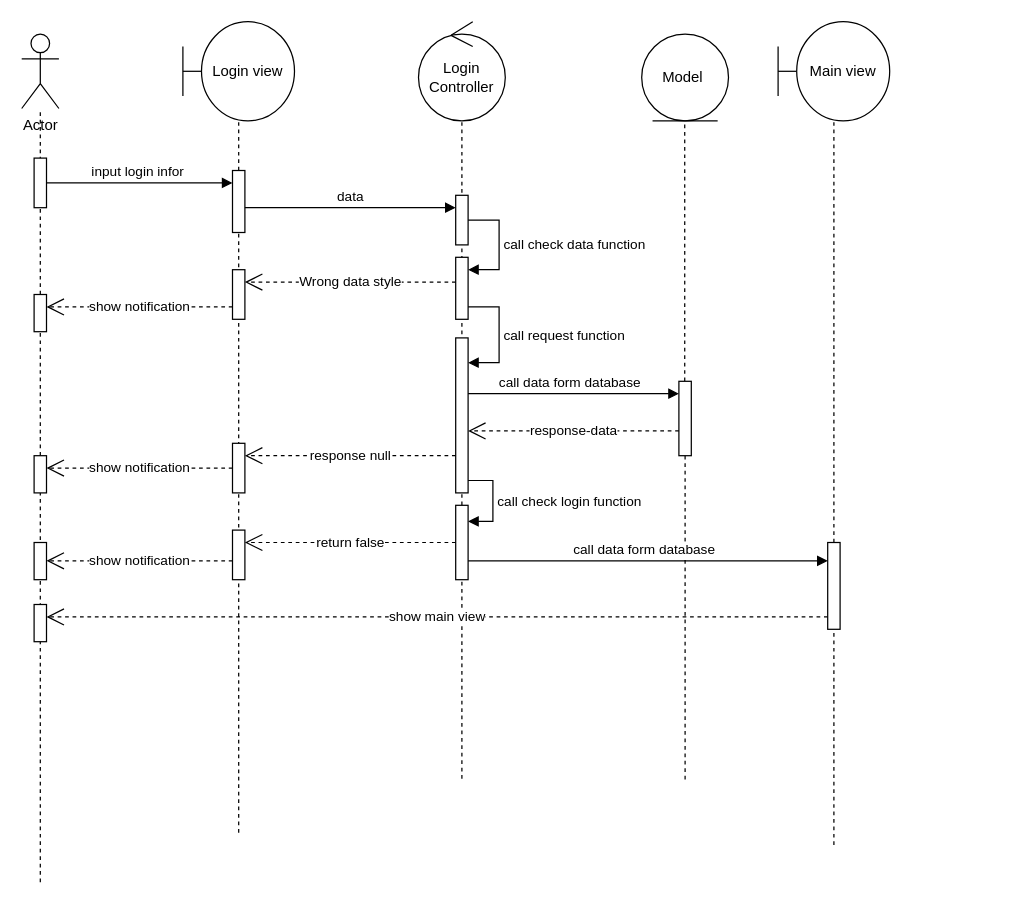
The draw.io diagram page "Login" (4 of 13) of diagram.drawio in ZanhhTrann/finall_project-, before the edit. Source tidied: cells renumbered, new cells numbered last; positions are measured from the earlier drawing's top-left corner, leaving out a move shared by most shapes. Both pictures are drawn from the tidied source at 124%, with x=0, y=0 at pixel (21, 21).
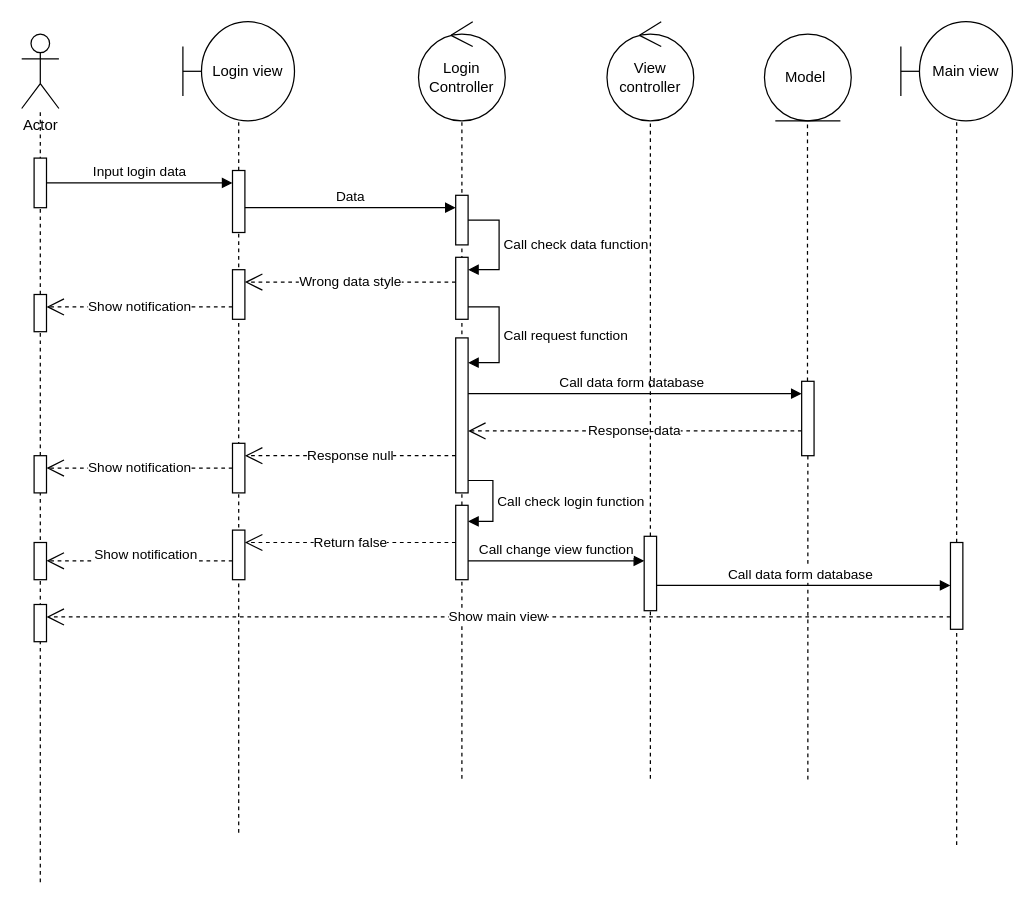
The same diagram, later.

The change refers to these unchanged cells:
```xml
<mxCell id="13" style="html=1;points=[[0,0,0,0,5],[0,1,0,0,-5],[1,0,0,0,5],[1,1,0,0,-5]];perimeter=orthogonalPerimeter;outlineConnect=0;targetShapes=umlLifeline;portConstraint=eastwest;newEdgeStyle={&quot;curved&quot;:0,&quot;rounded&quot;:0};" parent="1" vertex="1">
  <mxGeometry x="350" y="140" width="10" height="40" as="geometry" />
</mxCell>
<mxCell id="15" style="html=1;points=[[0,0,0,0,5],[0,1,0,0,-5],[1,0,0,0,5],[1,1,0,0,-5]];perimeter=orthogonalPerimeter;outlineConnect=0;targetShapes=umlLifeline;portConstraint=eastwest;newEdgeStyle={&quot;curved&quot;:0,&quot;rounded&quot;:0};" parent="1" vertex="1">
  <mxGeometry x="350" y="190" width="10" height="50" as="geometry" />
</mxCell>
<mxCell id="28" style="html=1;points=[[0,0,0,0,5],[0,1,0,0,-5],[1,0,0,0,5],[1,1,0,0,-5]];perimeter=orthogonalPerimeter;outlineConnect=0;targetShapes=umlLifeline;portConstraint=eastwest;newEdgeStyle={&quot;curved&quot;:0,&quot;rounded&quot;:0};" parent="1" vertex="1">
  <mxGeometry x="170" y="340" width="10" height="40" as="geometry" />
</mxCell>
<mxCell id="35" style="html=1;points=[[0,0,0,0,5],[0,1,0,0,-5],[1,0,0,0,5],[1,1,0,0,-5]];perimeter=orthogonalPerimeter;outlineConnect=0;targetShapes=umlLifeline;portConstraint=eastwest;newEdgeStyle={&quot;curved&quot;:0,&quot;rounded&quot;:0};" parent="1" vertex="1">
  <mxGeometry x="10" y="350" width="10" height="30" as="geometry" />
</mxCell>
```

The edit, as a diff of the source:
```diff
@@
     <mxCell id="4" value="Model&amp;nbsp;" style="ellipse;shape=umlEntity;whiteSpace=wrap;html=1;" parent="1" vertex="1">
-      <mxGeometry x="500" y="10" width="70" height="70" as="geometry" />
+      <mxGeometry x="599" y="10" width="70" height="70" as="geometry" />
     </mxCell>
@@
     <mxCell id="7" style="endArrow=none;dashed=1;html=1;rounded=0;" parent="1" edge="1" source="26">
       <mxGeometry relative="1" as="geometry">
-        <mxPoint x="534.7" y="80" as="targetPoint" />
+        <mxPoint x="633.7" y="80" as="targetPoint" />
       </mxGeometry>
     </mxCell>
@@
-    <mxCell id="12" value="input login infor&amp;nbsp;" style="html=1;verticalAlign=bottom;endArrow=block;curved=0;rounded=0;" parent="1" edge="1">
+    <mxCell id="12" value="Input login data" style="html=1;verticalAlign=bottom;endArrow=block;curved=0;rounded=0;" parent="1" edge="1">
       <mxGeometry relative="1" as="geometry">
         <mxPoint x="20" y="130" as="sourcePoint" />
         <mxPoint x="170" y="130" as="targetPoint" />
       </mxGeometry>
     </mxCell>
@@
-    <mxCell id="14" value="data" style="html=1;verticalAlign=bottom;endArrow=block;curved=0;rounded=0;" parent="1" edge="1">
+    <mxCell id="14" value="Data" style="html=1;verticalAlign=bottom;endArrow=block;curved=0;rounded=0;" parent="1" edge="1">
       <mxGeometry relative="1" as="geometry">
         <mxPoint x="180" y="150" as="sourcePoint" />
         <mxPoint x="350" y="150" as="targetPoint" />
       </mxGeometry>
     </mxCell>
@@
-    <mxCell id="16" value="call check data function&amp;nbsp;" style="html=1;align=left;spacingLeft=2;endArrow=block;rounded=0;edgeStyle=orthogonalEdgeStyle;curved=0;rounded=0;" parent="1" edge="1" source="13" target="15">
+    <mxCell id="16" value="Call check data function&amp;nbsp;" style="html=1;align=left;spacingLeft=2;endArrow=block;rounded=0;edgeStyle=orthogonalEdgeStyle;curved=0;rounded=0;" parent="1" edge="1" source="13" target="15">
       <mxGeometry relative="1" as="geometry">
         <Array as="points">
           <mxPoint x="385" y="160" />
           <mxPoint x="385" y="200" />
         </Array>
       </mxGeometry>
     </mxCell>
@@
-    <mxCell id="21" value="show notification" style="endArrow=open;endSize=12;dashed=1;html=1;rounded=0;" parent="1" edge="1">
+    <mxCell id="21" value="Show notification" style="endArrow=open;endSize=12;dashed=1;html=1;rounded=0;" parent="1" edge="1">
       <mxGeometry relative="1" as="geometry">
         <mxPoint x="170" y="230" as="sourcePoint" />
         <mxPoint x="20" y="230" as="targetPoint" />
       </mxGeometry>
     </mxCell>
@@
-    <mxCell id="23" value="call request function" style="html=1;align=left;spacingLeft=2;endArrow=block;rounded=0;edgeStyle=orthogonalEdgeStyle;curved=0;rounded=0;" parent="1" edge="1">
+    <mxCell id="23" value="Call request function" style="html=1;align=left;spacingLeft=2;endArrow=block;rounded=0;edgeStyle=orthogonalEdgeStyle;curved=0;rounded=0;" parent="1" edge="1">
       <mxGeometry relative="1" as="geometry">
         <mxPoint x="360" y="230" as="sourcePoint" />
         <mxPoint x="360" y="275" as="targetPoint" />
         <Array as="points">
           <mxPoint x="385" y="230" />
           <mxPoint x="385" y="275" />
         </Array>
       </mxGeometry>
     </mxCell>
-    <mxCell id="24" value="&lt;span style=&quot;text-align: left;&quot;&gt;call data form&amp;nbsp;&lt;/span&gt;&lt;span style=&quot;text-align: left;&quot;&gt;database&amp;nbsp;&amp;nbsp;&lt;/span&gt;" style="html=1;verticalAlign=bottom;endArrow=block;curved=0;rounded=0;" parent="1" edge="1">
+    <mxCell id="24" value="&lt;span style=&quot;text-align: left;&quot;&gt;Call data form&amp;nbsp;&lt;/span&gt;&lt;span style=&quot;text-align: left;&quot;&gt;database&amp;nbsp;&amp;nbsp;&lt;/span&gt;" style="html=1;verticalAlign=bottom;endArrow=block;curved=0;rounded=0;" parent="1" edge="1" target="26">
       <mxGeometry relative="1" as="geometry">
         <mxPoint x="360" y="300" as="sourcePoint" />
-        <mxPoint x="530" y="300" as="targetPoint" />
       </mxGeometry>
     </mxCell>
     <mxCell id="25" style="endArrow=none;dashed=1;html=1;rounded=0;" parent="1" edge="1" target="26">
       <mxGeometry relative="1" as="geometry">
-        <mxPoint x="535" y="611.1" as="sourcePoint" />
+        <mxPoint x="634" y="611.1" as="sourcePoint" />
       </mxGeometry>
     </mxCell>
     <mxCell id="26" style="html=1;points=[[0,0,0,0,5],[0,1,0,0,-5],[1,0,0,0,5],[1,1,0,0,-5]];perimeter=orthogonalPerimeter;outlineConnect=0;targetShapes=umlLifeline;portConstraint=eastwest;newEdgeStyle={&quot;curved&quot;:0,&quot;rounded&quot;:0};" parent="1" vertex="1">
-      <mxGeometry x="530" y="290" width="10" height="60" as="geometry" />
+      <mxGeometry x="629" y="290" width="10" height="60" as="geometry" />
     </mxCell>
-    <mxCell id="27" value="response-data" style="endArrow=open;endSize=12;dashed=1;html=1;rounded=0;" parent="1" edge="1">
+    <mxCell id="27" value="Response-data" style="endArrow=open;endSize=12;dashed=1;html=1;rounded=0;" parent="1" edge="1" source="26">
       <mxGeometry relative="1" as="geometry">
-        <mxPoint x="530" y="330" as="sourcePoint" />
         <mxPoint x="360" y="330" as="targetPoint" />
       </mxGeometry>
     </mxCell>
@@
-    <mxCell id="29" value="call check login function" style="html=1;align=left;spacingLeft=2;endArrow=block;rounded=0;edgeStyle=orthogonalEdgeStyle;curved=0;rounded=0;" parent="1" edge="1">
+    <mxCell id="29" value="Call check login function" style="html=1;align=left;spacingLeft=2;endArrow=block;rounded=0;edgeStyle=orthogonalEdgeStyle;curved=0;rounded=0;" parent="1" edge="1">
       <mxGeometry relative="1" as="geometry">
         <mxPoint x="360" y="370" as="sourcePoint" />
         <mxPoint x="360" y="403" as="targetPoint" />
         <Array as="points">
           <mxPoint x="380" y="370" />
           <mxPoint x="380" y="403" />
         </Array>
       </mxGeometry>
     </mxCell>
@@
-    <mxCell id="32" value="response null" style="endArrow=open;endSize=12;dashed=1;html=1;rounded=0;" parent="1" edge="1">
+    <mxCell id="32" value="Response null" style="endArrow=open;endSize=12;dashed=1;html=1;rounded=0;" parent="1" edge="1">
       <mxGeometry relative="1" as="geometry">
         <mxPoint x="350" y="350" as="sourcePoint" />
         <mxPoint x="180" y="350" as="targetPoint" />
       </mxGeometry>
     </mxCell>
-    <mxCell id="33" value="show notification" style="endArrow=open;endSize=12;dashed=1;html=1;rounded=0;" parent="1" edge="1" source="28" target="35">
+    <mxCell id="33" value="Show notification" style="endArrow=open;endSize=12;dashed=1;html=1;rounded=0;" parent="1" edge="1" source="28" target="35">
       <mxGeometry relative="1" as="geometry" />
     </mxCell>
@@
-    <mxCell id="37" value="return false" style="endArrow=open;endSize=12;dashed=1;html=1;rounded=0;" parent="1" edge="1">
+    <mxCell id="37" value="Return false" style="endArrow=open;endSize=12;dashed=1;html=1;rounded=0;" parent="1" edge="1">
       <mxGeometry relative="1" as="geometry">
         <mxPoint x="350" y="420" as="sourcePoint" />
         <mxPoint x="180" y="420" as="targetPoint" />
       </mxGeometry>
     </mxCell>
-    <mxCell id="38" value="show notification" style="endArrow=open;endSize=12;dashed=1;html=1;rounded=0;" parent="1" edge="1">
-      <mxGeometry relative="1" as="geometry">
+    <mxCell id="38" value="Show notification" style="endArrow=open;endSize=12;dashed=1;html=1;rounded=0;" parent="1" edge="1">
+      <mxGeometry x="-0.07" y="-5" relative="1" as="geometry">
         <mxPoint x="170" y="434.8" as="sourcePoint" />
         <mxPoint x="20" y="434.8" as="targetPoint" />
       </mxGeometry>
     </mxCell>
@@
     <mxCell id="40" value="Main view" style="shape=umlBoundary;whiteSpace=wrap;html=1;" parent="1" vertex="1">
-      <mxGeometry x="610" width="90" height="80" as="geometry" />
+      <mxGeometry x="709" width="90" height="80" as="geometry" />
     </mxCell>
@@
-    <mxCell id="42" value="&lt;span style=&quot;text-align: left;&quot;&gt;call data form&amp;nbsp;&lt;/span&gt;&lt;span style=&quot;text-align: left;&quot;&gt;database&amp;nbsp;&amp;nbsp;&lt;/span&gt;" style="html=1;verticalAlign=bottom;endArrow=block;curved=0;rounded=0;" parent="1" edge="1" target="44">
+    <mxCell id="42" value="&lt;div style=&quot;text-align: left;&quot;&gt;Call change view function&lt;/div&gt;" style="html=1;verticalAlign=bottom;endArrow=block;curved=0;rounded=0;" parent="1" edge="1" target="50">
       <mxGeometry relative="1" as="geometry">
         <mxPoint x="360" y="434.8" as="sourcePoint" />
       </mxGeometry>
     </mxCell>
     <mxCell id="43" style="endArrow=none;dashed=1;html=1;rounded=0;" parent="1" edge="1" target="44">
       <mxGeometry relative="1" as="geometry">
-        <mxPoint x="655" y="664" as="sourcePoint" />
+        <mxPoint x="754" y="664" as="sourcePoint" />
       </mxGeometry>
     </mxCell>
     <mxCell id="44" style="html=1;points=[[0,0,0,0,5],[0,1,0,0,-5],[1,0,0,0,5],[1,1,0,0,-5]];perimeter=orthogonalPerimeter;outlineConnect=0;targetShapes=umlLifeline;portConstraint=eastwest;newEdgeStyle={&quot;curved&quot;:0,&quot;rounded&quot;:0};" parent="1" vertex="1">
-      <mxGeometry x="650" y="420" width="10" height="70" as="geometry" />
+      <mxGeometry x="749" y="420" width="10" height="70" as="geometry" />
     </mxCell>
@@
-    <mxCell id="46" value="show main view" style="endArrow=open;endSize=12;dashed=1;html=1;rounded=0;" parent="1" edge="1">
+    <mxCell id="46" value="Show main view" style="endArrow=open;endSize=12;dashed=1;html=1;rounded=0;" parent="1" edge="1" source="44">
       <mxGeometry relative="1" as="geometry">
-        <mxPoint x="650" y="480" as="sourcePoint" />
         <mxPoint x="20" y="480" as="targetPoint" />
       </mxGeometry>
     </mxCell>
+    <mxCell id="47" value="View controller" style="ellipse;shape=umlControl;whiteSpace=wrap;html=1;" parent="1" vertex="1">
+      <mxGeometry x="472" width="70" height="80" as="geometry" />
+    </mxCell>
+    <mxCell id="48" style="endArrow=none;dashed=1;html=1;rounded=0;" parent="1" edge="1" source="50">
+      <mxGeometry relative="1" as="geometry">
+        <mxPoint x="507" y="80" as="targetPoint" />
+      </mxGeometry>
+    </mxCell>
+    <mxCell id="49" style="endArrow=none;dashed=1;html=1;rounded=0;" parent="1" edge="1" target="50">
+      <mxGeometry relative="1" as="geometry">
+        <mxPoint x="507" y="610.6" as="sourcePoint" />
+      </mxGeometry>
+    </mxCell>
+    <mxCell id="50" style="html=1;points=[[0,0,0,0,5],[0,1,0,0,-5],[1,0,0,0,5],[1,1,0,0,-5]];perimeter=orthogonalPerimeter;outlineConnect=0;targetShapes=umlLifeline;portConstraint=eastwest;newEdgeStyle={&quot;curved&quot;:0,&quot;rounded&quot;:0};" parent="1" vertex="1">
+      <mxGeometry x="502" y="415" width="10" height="60" as="geometry" />
+    </mxCell>
+    <mxCell id="51" value="&lt;span style=&quot;text-align: left;&quot;&gt;Call data form&amp;nbsp;&lt;/span&gt;&lt;span style=&quot;text-align: left;&quot;&gt;database&amp;nbsp;&amp;nbsp;&lt;/span&gt;" style="html=1;verticalAlign=bottom;endArrow=block;curved=0;rounded=0;" parent="1" edge="1">
+      <mxGeometry relative="1" as="geometry">
+        <mxPoint x="512" y="454.6" as="sourcePoint" />
+        <mxPoint x="749" y="454.6" as="targetPoint" />
+      </mxGeometry>
+    </mxCell>
```
